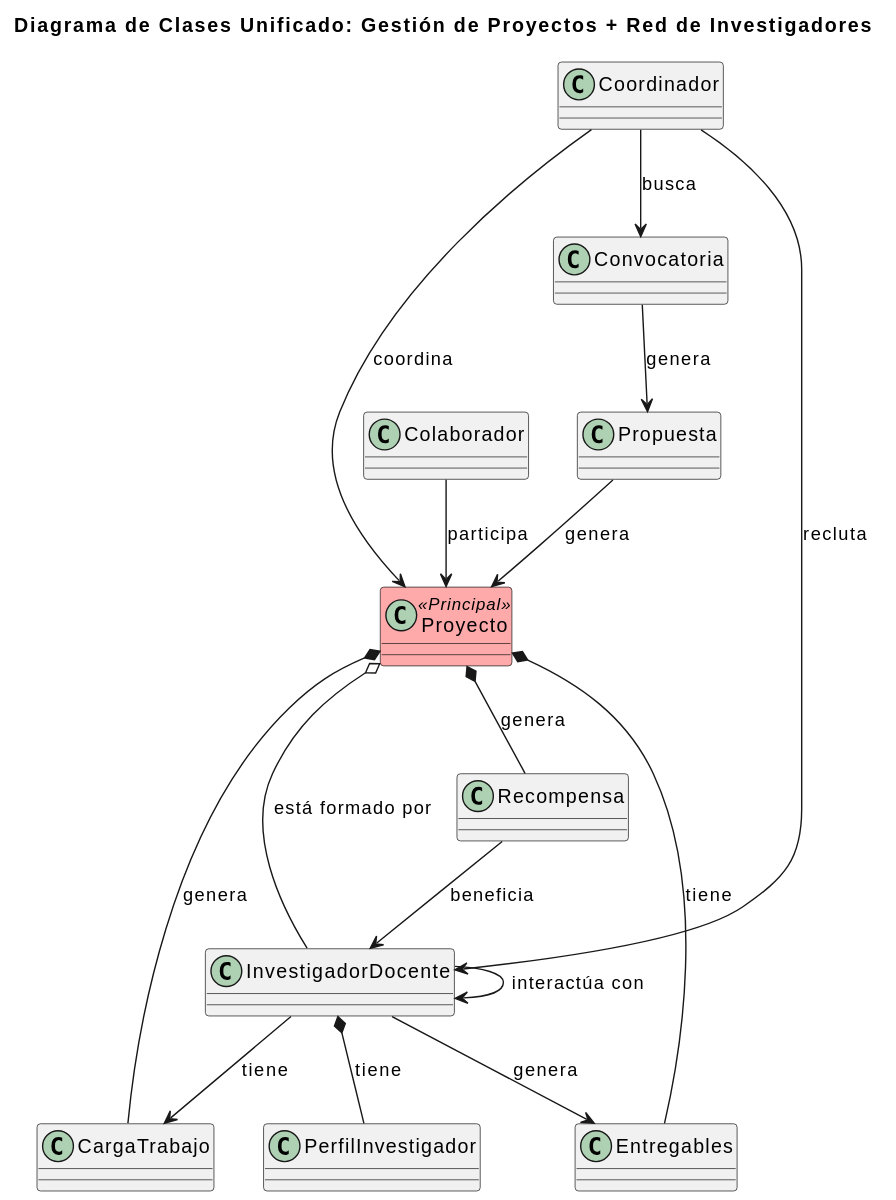
The PlantUML diagram documentación/ModeloDelDominio/Imagenes/Clases/ClasesProyectoRed.svg in 31Diego/25-26-IdSw1-SdR, before a commit.
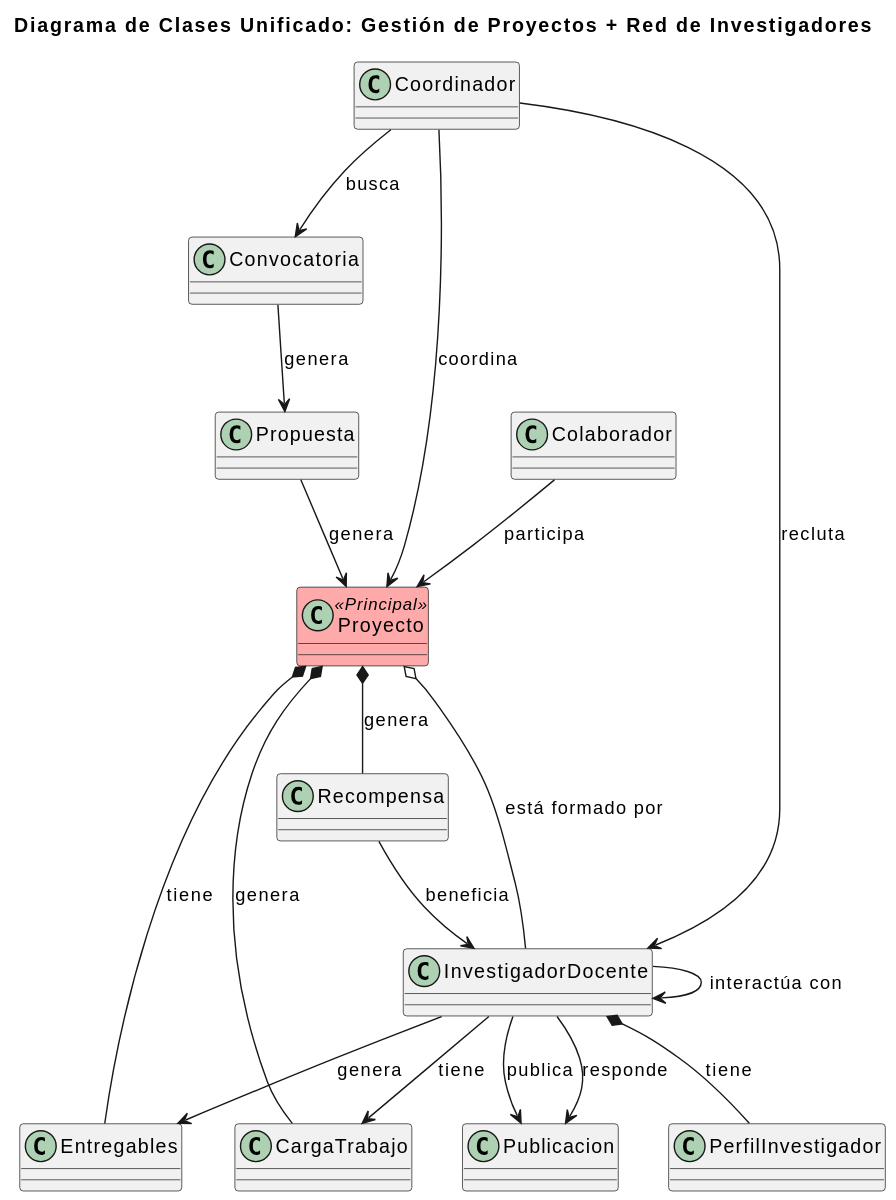
Above is the later version.

Change to the diagram source:
```diff
@@ -31,24 +31,36 @@
 class PerfilInvestigador {
 }
 
+class Publicacion {
+
+}
+
+
 Convocatoria --> Propuesta : genera
 Propuesta --> Proyecto : genera
+
 
 Proyecto o-- InvestigadorDocente : "está formado por"
 Proyecto *-- Entregables : tiene
 Proyecto *-- CargaTrabajo : genera
 Proyecto *-- Recompensa : genera
 
+
 Coordinador --> Proyecto : coordina
 Coordinador --> Convocatoria : busca
 Coordinador --> InvestigadorDocente : recluta
 
+
 Colaborador --> Proyecto : participa
+
 
 InvestigadorDocente --> CargaTrabajo : tiene
 InvestigadorDocente *-- PerfilInvestigador : tiene
 InvestigadorDocente --> InvestigadorDocente : interactúa con
 InvestigadorDocente --> Entregables : genera
+InvestigadorDocente --> Publicacion: publica
+InvestigadorDocente --> Publicacion: responde
+
 
 Recompensa --> InvestigadorDocente : beneficia
 @enduml
```
